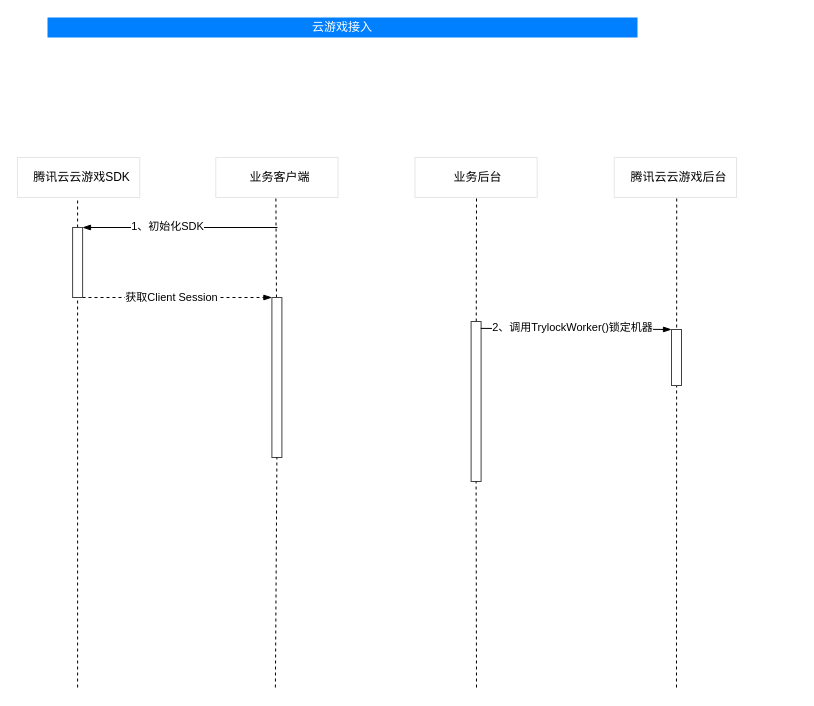
This is 快速入门.drawio from 2015302580336/cloud_rendering, a draw.io file, before an edit. Source tidied: cells renumbered, new cells numbered last; positions are measured from the earlier drawing's top-left corner, leaving out a move shared by most shapes. Both pictures are drawn from the tidied source at 100%, with x=0, y=0 at pixel (17, 17).
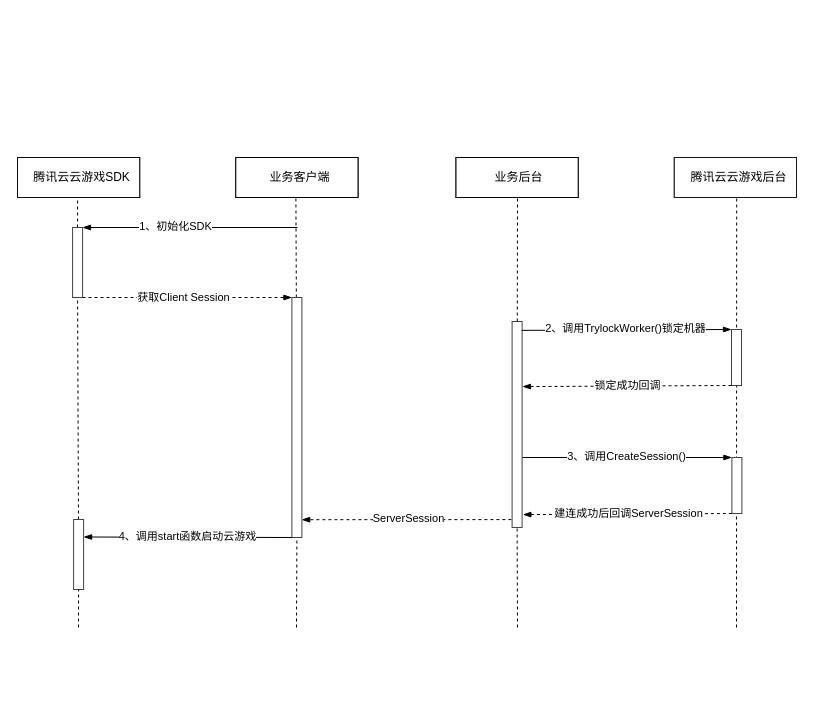
The same diagram, later.

Unchanged cells that the change refers to:
```xml
<mxCell id="23" style="rounded=0;whiteSpace=wrap;html=1;strokeColor=#424242;fillColor=#FFFFFF;" parent="1" vertex="1">
  <mxGeometry x="55.1" y="210" width="10" height="70" as="geometry" />
</mxCell>
```

The edit, as a diff of the source:
```diff
@@
-    <mxCell id="2" value="&lt;font color=&quot;#ffffff&quot;&gt;云游戏接入&lt;/font&gt;" style="rounded=0;whiteSpace=wrap;html=1;labelBackgroundColor=none;fontColor=#B3B3B3;strokeColor=none;fillColor=#007FFF;" parent="1" vertex="1">
-      <mxGeometry x="30" width="590" height="20" as="geometry" />
-    </mxCell>
-    <mxCell id="3" style="group;imageAlign=center;imageVerticalAlign=middle;" parent="1" vertex="1">
+    <mxCell id="3" style="group;imageAlign=center;imageVerticalAlign=middle;strokeColor=#000000;" parent="1" vertex="1">
       <mxGeometry y="140" width="122.2" height="40" as="geometry" />
     </mxCell>
-    <mxCell id="4" style="rounded=0;whiteSpace=wrap;html=1;labelBackgroundColor=none;fontColor=#B3B3B3;strokeColor=#E6E6E6;" parent="3" vertex="1">
+    <mxCell id="4" style="rounded=0;whiteSpace=wrap;html=1;labelBackgroundColor=none;fontColor=#B3B3B3;strokeColor=#0D0D0D;" parent="3" vertex="1">
       <mxGeometry width="122.2" height="40" as="geometry" />
     </mxCell>
@@
-    <mxCell id="6" style="group;imageAlign=center;imageVerticalAlign=middle;" parent="1" vertex="1">
-      <mxGeometry x="198.3" y="140" width="122.2" height="40" as="geometry" />
+    <mxCell id="6" style="group;imageAlign=center;imageVerticalAlign=middle;strokeColor=#000000;" parent="1" vertex="1">
+      <mxGeometry x="218.3" y="140" width="122.2" height="40" as="geometry" />
     </mxCell>
-    <mxCell id="7" style="rounded=0;whiteSpace=wrap;html=1;labelBackgroundColor=none;fontColor=#B3B3B3;strokeColor=#E6E6E6;" parent="6" vertex="1">
+    <mxCell id="7" style="rounded=0;whiteSpace=wrap;html=1;labelBackgroundColor=none;fontColor=#B3B3B3;strokeColor=#000000;" parent="6" vertex="1">
       <mxGeometry width="122.2" height="40" as="geometry" />
     </mxCell>
@@
-    <mxCell id="9" style="group;imageAlign=center;imageVerticalAlign=middle;" parent="1" vertex="1">
-      <mxGeometry x="397.5" y="140" width="122.2" height="40" as="geometry" />
+    <mxCell id="9" style="group;imageAlign=center;imageVerticalAlign=middle;strokeColor=#000000;" parent="1" vertex="1">
+      <mxGeometry x="438.5" y="140" width="122.2" height="40" as="geometry" />
     </mxCell>
-    <mxCell id="10" style="rounded=0;whiteSpace=wrap;html=1;labelBackgroundColor=none;fontColor=#B3B3B3;strokeColor=#E6E6E6;" parent="9" vertex="1">
+    <mxCell id="10" style="rounded=0;whiteSpace=wrap;html=1;labelBackgroundColor=none;fontColor=#B3B3B3;strokeColor=#030303;" parent="9" vertex="1">
       <mxGeometry width="122.2" height="40" as="geometry" />
     </mxCell>
@@
-    <mxCell id="12" style="group;imageAlign=center;imageVerticalAlign=middle;" parent="1" vertex="1">
-      <mxGeometry x="596.8" y="140" width="122.2" height="40" as="geometry" />
+    <mxCell id="12" style="group;imageAlign=center;imageVerticalAlign=middle;strokeColor=#000000;" parent="1" vertex="1">
+      <mxGeometry x="656.8" y="140" width="122.2" height="40" as="geometry" />
     </mxCell>
-    <mxCell id="13" style="rounded=0;whiteSpace=wrap;html=1;labelBackgroundColor=none;fontColor=#B3B3B3;strokeColor=#E6E6E6;" parent="12" vertex="1">
+    <mxCell id="13" style="rounded=0;whiteSpace=wrap;html=1;labelBackgroundColor=none;fontColor=#B3B3B3;strokeColor=#191919;" parent="12" vertex="1">
       <mxGeometry width="122.2" height="40" as="geometry" />
     </mxCell>
@@
     <mxCell id="16" style="endArrow=none;dashed=1;html=1;strokeWidth=1;rounded=0;entryX=0.5;entryY=1;entryDx=0;entryDy=0;startArrow=none;" parent="1" edge="1" source="25">
-      <mxGeometry x="168" y="170" as="geometry">
-        <mxPoint x="258.4" y="180" as="targetPoint" />
+      <mxGeometry x="188" y="170" as="geometry">
+        <mxPoint x="278.4" y="180" as="targetPoint" />
       </mxGeometry>
     </mxCell>
     <mxCell id="17" style="endArrow=none;dashed=1;html=1;strokeWidth=1;rounded=0;entryX=0.5;entryY=1;entryDx=0;entryDy=0;startArrow=none;" parent="1" edge="1" source="27">
-      <mxGeometry x="200" y="170" as="geometry">
-        <mxPoint x="459" y="180" as="targetPoint" />
+      <mxGeometry x="241" y="170" as="geometry">
+        <mxPoint x="500" y="180" as="targetPoint" />
       </mxGeometry>
     </mxCell>
     <mxCell id="18" style="endArrow=none;dashed=1;html=1;strokeWidth=1;rounded=0;entryX=0.5;entryY=1;entryDx=0;entryDy=0;startArrow=none;" parent="1" edge="1">
-      <mxGeometry x="231" y="170" as="geometry">
-        <mxPoint x="659" y="670" as="sourcePoint" />
-        <mxPoint x="659.2" y="180" as="targetPoint" />
+      <mxGeometry x="291" y="170" as="geometry">
+        <mxPoint x="719" y="610" as="sourcePoint" />
+        <mxPoint x="719.2" y="180" as="targetPoint" />
       </mxGeometry>
     </mxCell>
     <mxCell id="19" style="endArrow=blockThin;html=1;rounded=0;strokeWidth=1;entryX=1;entryY=0;entryDx=0;entryDy=0;endFill=1;" parent="1" edge="1">
       <mxGeometry relative="1" as="geometry">
-        <mxPoint x="260" y="210" as="sourcePoint" />
+        <mxPoint x="280" y="210" as="sourcePoint" />
         <mxPoint x="65" y="210" as="targetPoint" />
       </mxGeometry>
     </mxCell>
@@
-    <mxCell id="24" style="endArrow=none;dashed=1;html=1;strokeWidth=1;rounded=0;entryX=0.5;entryY=1;entryDx=0;entryDy=0;" parent="1" edge="1" target="23">
-      <mxGeometry x="139" y="170" as="geometry">
-        <mxPoint x="60.1" y="670" as="sourcePoint" />
-      </mxGeometry>
+    <mxCell id="24" style="endArrow=none;dashed=1;html=1;strokeWidth=1;rounded=0;entryX=0.5;entryY=1;entryDx=0;entryDy=0;startArrow=none;" parent="1" edge="1" source="41" target="23">
+      <mxGeometry x="139" y="170" as="geometry" />
     </mxCell>
     <mxCell id="25" style="rounded=0;whiteSpace=wrap;html=1;strokeColor=#424242;" parent="1" vertex="1">
-      <mxGeometry x="254.4" y="280" width="10" height="160" as="geometry" />
+      <mxGeometry x="274.4" y="280" width="10" height="240" as="geometry" />
     </mxCell>
     <mxCell id="26" style="endArrow=none;dashed=1;html=1;strokeWidth=1;rounded=0;entryX=0.5;entryY=1;entryDx=0;entryDy=0;" parent="1" edge="1" target="25">
-      <mxGeometry x="168" y="170" as="geometry">
-        <mxPoint x="257.9" y="670" as="sourcePoint" />
+      <mxGeometry x="188" y="170" as="geometry">
+        <mxPoint x="279" y="610" as="sourcePoint" />
       </mxGeometry>
     </mxCell>
     <mxCell id="27" style="rounded=0;whiteSpace=wrap;html=1;strokeColor=#424242;" parent="1" vertex="1">
-      <mxGeometry x="453.6" y="304" width="10" height="160" as="geometry" />
+      <mxGeometry x="494.6" y="304" width="10" height="206" as="geometry" />
     </mxCell>
     <mxCell id="28" style="endArrow=none;dashed=1;html=1;strokeWidth=1;rounded=0;entryX=0.5;entryY=1;entryDx=0;entryDy=0;" parent="1" edge="1" target="27">
-      <mxGeometry x="200" y="170" as="geometry">
-        <mxPoint x="459" y="670" as="sourcePoint" />
+      <mxGeometry x="241" y="170" as="geometry">
+        <mxPoint x="500" y="610" as="sourcePoint" />
       </mxGeometry>
     </mxCell>
     <mxCell id="29" style="rounded=0;whiteSpace=wrap;html=1;strokeColor=#424242;fillColor=#FFFFFF;" parent="1" vertex="1">
-      <mxGeometry x="654" y="312" width="10" height="56" as="geometry" />
+      <mxGeometry x="714" y="312" width="10" height="56" as="geometry" />
     </mxCell>
@@
+    <mxCell id="32" style="endArrow=blockThin;html=1;rounded=0;strokeWidth=1;entryX=1.037;entryY=0.316;entryDx=0;entryDy=0;endFill=1;exitX=0;exitY=1;exitDx=0;exitDy=0;dashed=1;entryPerimeter=0;" parent="1" edge="1" source="29" target="27">
+      <mxGeometry relative="1" as="geometry" />
+    </mxCell>
+    <mxCell id="33" value="锁定成功回调" style="edgeLabel;html=1;align=center;verticalAlign=middle;" parent="32" vertex="1">
+      <mxGeometry x="0.19" y="-2" relative="1" as="geometry">
+        <mxPoint x="20" y="1" as="offset" />
+      </mxGeometry>
+    </mxCell>
+    <mxCell id="34" style="rounded=0;whiteSpace=wrap;html=1;strokeColor=#424242;fillColor=#FFFFFF;" parent="1" vertex="1">
+      <mxGeometry x="714.4" y="440" width="10" height="56" as="geometry" />
+    </mxCell>
+    <mxCell id="35" style="endArrow=blockThin;html=1;rounded=0;strokeWidth=1;entryX=0;entryY=0;entryDx=0;entryDy=0;endFill=1;" parent="1" edge="1" target="34">
+      <mxGeometry relative="1" as="geometry">
+        <mxPoint x="505" y="440" as="sourcePoint" />
+      </mxGeometry>
+    </mxCell>
+    <mxCell id="36" value="3、调用CreateSession()" style="edgeLabel;html=1;align=center;verticalAlign=middle;" parent="35" vertex="1">
+      <mxGeometry x="0.19" y="-2" relative="1" as="geometry">
+        <mxPoint x="-22" y="-4" as="offset" />
+      </mxGeometry>
+    </mxCell>
+    <mxCell id="37" style="endArrow=blockThin;html=1;rounded=0;strokeWidth=1;entryX=1.037;entryY=0.316;entryDx=0;entryDy=0;endFill=1;exitX=0;exitY=1;exitDx=0;exitDy=0;dashed=1;entryPerimeter=0;" parent="1" edge="1" source="34">
+      <mxGeometry relative="1" as="geometry">
+        <mxPoint x="505.4" y="497.1" as="targetPoint" />
+      </mxGeometry>
+    </mxCell>
+    <mxCell id="38" value="建连成功后回调ServerSession" style="edgeLabel;html=1;align=center;verticalAlign=middle;" parent="37" vertex="1">
+      <mxGeometry x="0.19" y="-2" relative="1" as="geometry">
+        <mxPoint x="20" y="1" as="offset" />
+      </mxGeometry>
+    </mxCell>
+    <mxCell id="39" style="endArrow=blockThin;html=1;rounded=0;strokeWidth=1;endFill=1;exitX=-0.069;exitY=0.991;exitDx=0;exitDy=0;entryX=0.985;entryY=0.992;entryDx=0;entryDy=0;entryPerimeter=0;exitPerimeter=0;dashed=1;" parent="1" edge="1">
+      <mxGeometry relative="1" as="geometry">
+        <mxPoint x="493.9" y="502.1" as="sourcePoint" />
+        <mxPoint x="284.2" y="502.2" as="targetPoint" />
+      </mxGeometry>
+    </mxCell>
+    <mxCell id="40" value="ServerSession" style="edgeLabel;html=1;align=center;verticalAlign=middle;" parent="39" vertex="1">
+      <mxGeometry x="0.19" y="-2" relative="1" as="geometry">
+        <mxPoint x="22" as="offset" />
+      </mxGeometry>
+    </mxCell>
+    <mxCell id="41" style="rounded=0;whiteSpace=wrap;html=1;strokeColor=#424242;fillColor=#FFFFFF;" parent="1" vertex="1">
+      <mxGeometry x="56.1" y="502" width="10" height="70" as="geometry" />
+    </mxCell>
+    <mxCell id="42" style="endArrow=none;dashed=1;html=1;strokeWidth=1;rounded=0;entryX=0.5;entryY=1;entryDx=0;entryDy=0;" parent="1" edge="1" target="41">
+      <mxGeometry x="139" y="170" as="geometry">
+        <mxPoint x="61" y="610" as="sourcePoint" />
+      </mxGeometry>
+    </mxCell>
+    <mxCell id="43" style="endArrow=blockThin;html=1;rounded=0;strokeWidth=1;endFill=1;exitX=0;exitY=1;exitDx=0;exitDy=0;entryX=1;entryY=0.25;entryDx=0;entryDy=0;" parent="1" edge="1" source="25" target="41">
+      <mxGeometry relative="1" as="geometry" />
+    </mxCell>
+    <mxCell id="44" value="4、调用start函数启动云游戏" style="edgeLabel;html=1;align=center;verticalAlign=middle;" parent="43" vertex="1">
+      <mxGeometry x="0.19" y="-2" relative="1" as="geometry">
+        <mxPoint x="19" y="1" as="offset" />
+      </mxGeometry>
+    </mxCell>
```
